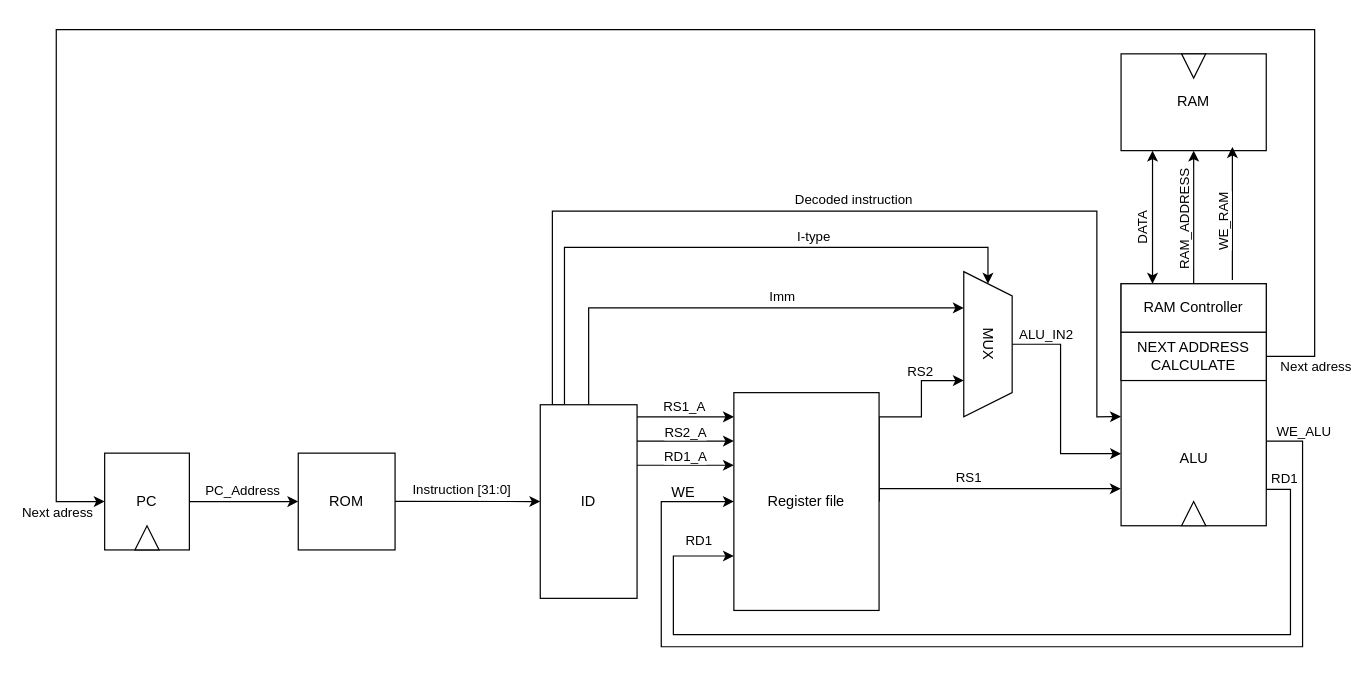
The draw.io diagram RISC_Architecture.drawio in VladimirKoshelnikov/RISC_learn, before the edit. Source tidied: cells renumbered, new cells numbered last; positions are measured from the earlier drawing's top-left corner, leaving out a move shared by most shapes. Both pictures are drawn from the tidied source at 121%, with x=0, y=0 at pixel (56, 29).
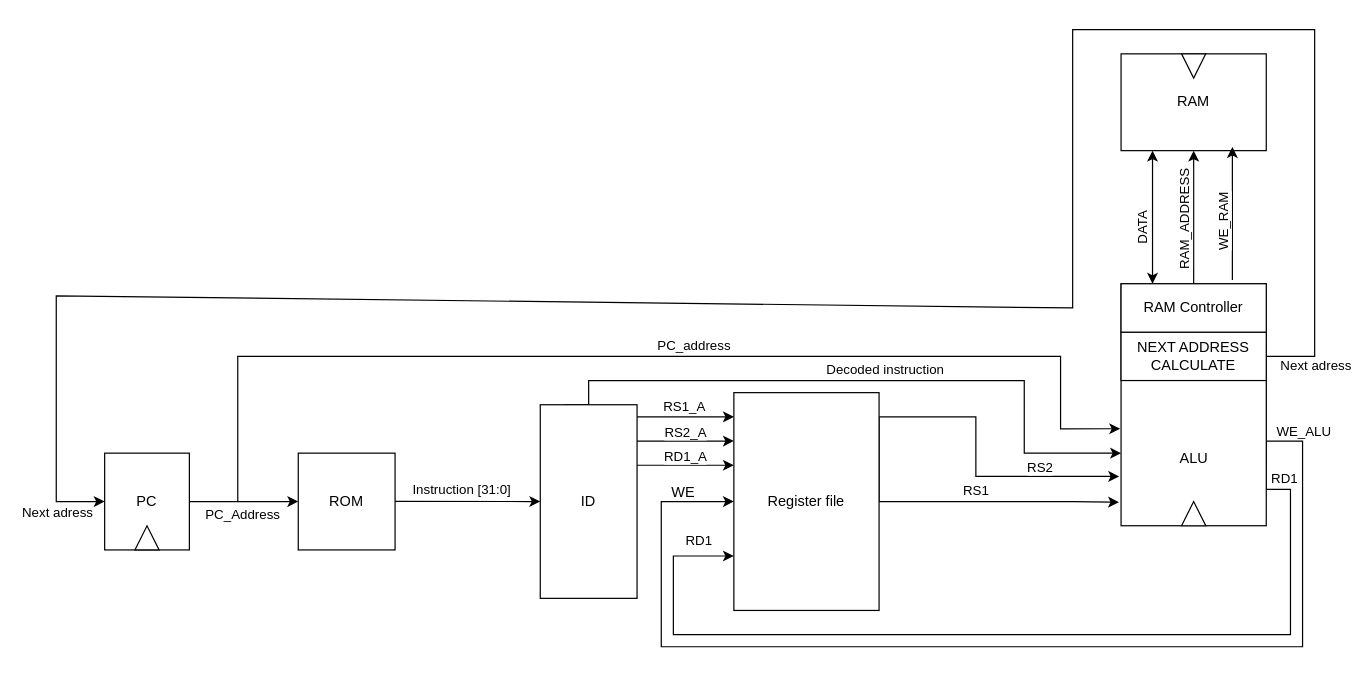
After the change.

Unchanged cells that the change refers to:
```xml
<mxCell id="9" value="ID" style="rounded=0;whiteSpace=wrap;html=1;" parent="1" vertex="1">
  <mxGeometry x="400" y="310" width="80" height="160" as="geometry" />
</mxCell>
<mxCell id="13" style="endArrow=classic;html=1;rounded=0;" parent="1" edge="1">
  <mxGeometry relative="1" as="geometry">
    <mxPoint x="110" y="390" as="sourcePoint" />
    <mxPoint x="200" y="390" as="targetPoint" />
  </mxGeometry>
</mxCell>
<mxCell id="30" value="Register file" style="rounded=0;whiteSpace=wrap;html=1;" parent="1" vertex="1">
  <mxGeometry x="560" y="300" width="120" height="180" as="geometry" />
</mxCell>
<mxCell id="36" style="rounded=0;whiteSpace=wrap;html=1;" parent="1" vertex="1">
  <mxGeometry x="880" y="210" width="120" height="200" as="geometry" />
</mxCell>
<mxCell id="39" value="NEXT ADDRESS CALCULATE" style="rounded=0;whiteSpace=wrap;html=1;" parent="1" vertex="1">
  <mxGeometry x="880" y="250" width="120" height="40" as="geometry" />
</mxCell>
```

The edit, as a diff of the source:
```diff
@@
-    <mxCell id="5" style="edgeStyle=orthogonalEdgeStyle;rounded=0;jettySize=auto;html=1;exitX=0.25;exitY=0;exitDx=0;exitDy=0;entryX=0;entryY=0.5;entryDx=0;entryDy=0;" parent="1" edge="1" source="9" target="35">
-      <mxGeometry relative="1" as="geometry">
-        <Array as="points">
-          <mxPoint x="420" y="180" />
-          <mxPoint x="770" y="180" />
-        </Array>
-      </mxGeometry>
-    </mxCell>
-    <mxCell id="6" value="I-type" style="edgeLabel;html=1;align=center;verticalAlign=middle;" parent="5" vertex="1">
-      <mxGeometry x="0.33" y="-1" relative="1" as="geometry">
-        <mxPoint x="-4" y="-11" as="offset" />
-      </mxGeometry>
-    </mxCell>
-    <mxCell id="7" style="edgeStyle=none;rounded=0;html=1;exitX=0.25;exitY=0;exitDx=0;exitDy=0;entryX=-0.001;entryY=0.549;entryDx=0;entryDy=0;entryPerimeter=0;" parent="1" edge="1" source="9" target="36">
+    <mxCell id="7" style="edgeStyle=none;rounded=0;html=1;exitX=0.25;exitY=0;exitDx=0;exitDy=0;entryX=0;entryY=0.7;entryDx=0;entryDy=0;entryPerimeter=0;" parent="1" edge="1" source="9" target="36">
       <mxGeometry relative="1" as="geometry">
         <Array as="points">
-          <mxPoint x="410" y="310" />
-          <mxPoint x="410" y="150" />
-          <mxPoint x="860" y="150" />
-          <mxPoint x="860" y="270" />
-          <mxPoint x="860" y="320" />
+          <mxPoint x="440" y="310" />
+          <mxPoint x="440" y="290" />
+          <mxPoint x="800" y="290" />
+          <mxPoint x="800" y="350" />
         </Array>
       </mxGeometry>
     </mxCell>
@@
     <mxCell id="14" value="PC_Address" style="edgeLabel;html=1;align=center;verticalAlign=middle;" parent="13" vertex="1">
       <mxGeometry x="-0.27" relative="1" as="geometry">
-        <mxPoint x="10" y="-10" as="offset" />
+        <mxPoint x="10" y="10" as="offset" />
       </mxGeometry>
     </mxCell>
@@
-    <mxCell id="23" style="edgeStyle=orthogonalEdgeStyle;rounded=0;jettySize=auto;html=1;exitX=1;exitY=0.5;exitDx=0;exitDy=0;entryX=0.75;entryY=1;entryDx=0;entryDy=0;" parent="1" edge="1" source="30" target="35">
+    <mxCell id="23" style="edgeStyle=orthogonalEdgeStyle;rounded=0;jettySize=auto;html=1;exitX=1;exitY=0.5;exitDx=0;exitDy=0;entryX=-0.013;entryY=0.796;entryDx=0;entryDy=0;entryPerimeter=0;" parent="1" edge="1" source="30" target="36">
       <mxGeometry relative="1" as="geometry">
         <Array as="points">
           <mxPoint x="680" y="320" />
-          <mxPoint x="715" y="320" />
-          <mxPoint x="715" y="290" />
+          <mxPoint x="760" y="320" />
+          <mxPoint x="760" y="370" />
+          <mxPoint x="878" y="370" />
         </Array>
       </mxGeometry>
     </mxCell>
@@
-    <mxCell id="25" style="edgeStyle=orthogonalEdgeStyle;rounded=0;jettySize=auto;html=1;exitX=1;exitY=0.5;exitDx=0;exitDy=0;entryX=-0.002;entryY=0.847;entryDx=0;entryDy=0;entryPerimeter=0;" parent="1" edge="1" source="30" target="36">
+    <mxCell id="25" style="edgeStyle=orthogonalEdgeStyle;rounded=0;jettySize=auto;html=1;exitX=1;exitY=0.5;exitDx=0;exitDy=0;entryX=-0.014;entryY=0.903;entryDx=0;entryDy=0;entryPerimeter=0;" parent="1" edge="1" source="30" target="36">
       <mxGeometry relative="1" as="geometry">
         <Array as="points">
-          <mxPoint x="680" y="380" />
-          <mxPoint x="880" y="380" />
+          <mxPoint x="840" y="390" />
         </Array>
       </mxGeometry>
     </mxCell>
@@
-    <mxCell id="31" style="endArrow=classic;html=1;rounded=0;exitX=0.75;exitY=0;exitDx=0;exitDy=0;entryX=0.25;entryY=1;entryDx=0;entryDy=0;" parent="1" edge="1" target="35">
-      <mxGeometry relative="1" as="geometry">
-        <mxPoint x="440" y="310" as="sourcePoint" />
-        <Array as="points">
-          <mxPoint x="440" y="230" />
-          <mxPoint x="620" y="230" />
-        </Array>
-      </mxGeometry>
-    </mxCell>
-    <mxCell id="32" value="Imm" style="edgeLabel;html=1;align=center;verticalAlign=middle;" parent="31" vertex="1">
-      <mxGeometry x="-0.12" relative="1" as="geometry">
-        <mxPoint x="67" y="-10" as="offset" />
-      </mxGeometry>
-    </mxCell>
-    <mxCell id="33" style="edgeStyle=orthogonalEdgeStyle;rounded=0;jettySize=auto;html=1;exitX=0.5;exitY=0;exitDx=0;exitDy=0;entryX=0;entryY=0.702;entryDx=0;entryDy=0;entryPerimeter=0;" parent="1" edge="1" source="35" target="36">
-      <mxGeometry relative="1" as="geometry">
-        <Array as="points">
-          <mxPoint x="830" y="260" />
-          <mxPoint x="830" y="350" />
-          <mxPoint x="880" y="350" />
-        </Array>
-      </mxGeometry>
-    </mxCell>
-    <mxCell id="34" value="ALU_IN2" style="edgeLabel;html=1;align=center;verticalAlign=middle;" parent="33" vertex="1">
-      <mxGeometry x="-0.53" y="1" relative="1" as="geometry">
-        <mxPoint x="-14" y="-11" as="offset" />
-      </mxGeometry>
-    </mxCell>
-    <mxCell id="35" value="MUX" style="shape=trapezoid;perimeter=trapezoidPerimeter;whiteSpace=wrap;html=1;fixedSize=1;rotation=90;" parent="1" vertex="1">
-      <mxGeometry x="710" y="240" width="120" height="40" as="geometry" />
-    </mxCell>
@@
     <mxCell id="37" style="edgeStyle=none;html=1;rounded=0;exitX=1;exitY=0.5;exitDx=0;exitDy=0;" parent="1" edge="1" source="39">
       <mxGeometry relative="1" as="geometry">
         <mxPoint x="40" y="390" as="targetPoint" />
         <Array as="points">
           <mxPoint x="1040" y="270" />
           <mxPoint x="1040" />
-          <mxPoint />
+          <mxPoint x="840" />
+          <mxPoint x="840" y="230" />
+          <mxPoint y="220" />
           <mxPoint y="390" />
         </Array>
       </mxGeometry>
     </mxCell>
@@
+    <mxCell id="53" style="endArrow=classic;html=1;rounded=0;entryX=-0.006;entryY=0.599;entryDx=0;entryDy=0;entryPerimeter=0;" parent="1" edge="1" target="36">
+      <mxGeometry relative="1" as="geometry">
+        <mxPoint x="150" y="390" as="sourcePoint" />
+        <Array as="points">
+          <mxPoint x="150" y="270" />
+          <mxPoint x="830" y="270" />
+          <mxPoint x="830" y="330" />
+        </Array>
+      </mxGeometry>
+    </mxCell>
+    <mxCell id="54" value="PC_address" style="edgeLabel;html=1;align=center;verticalAlign=middle;" parent="53" vertex="1">
+      <mxGeometry x="0.09" y="-1" relative="1" as="geometry">
+        <mxPoint y="-11" as="offset" />
+      </mxGeometry>
+    </mxCell>
```
